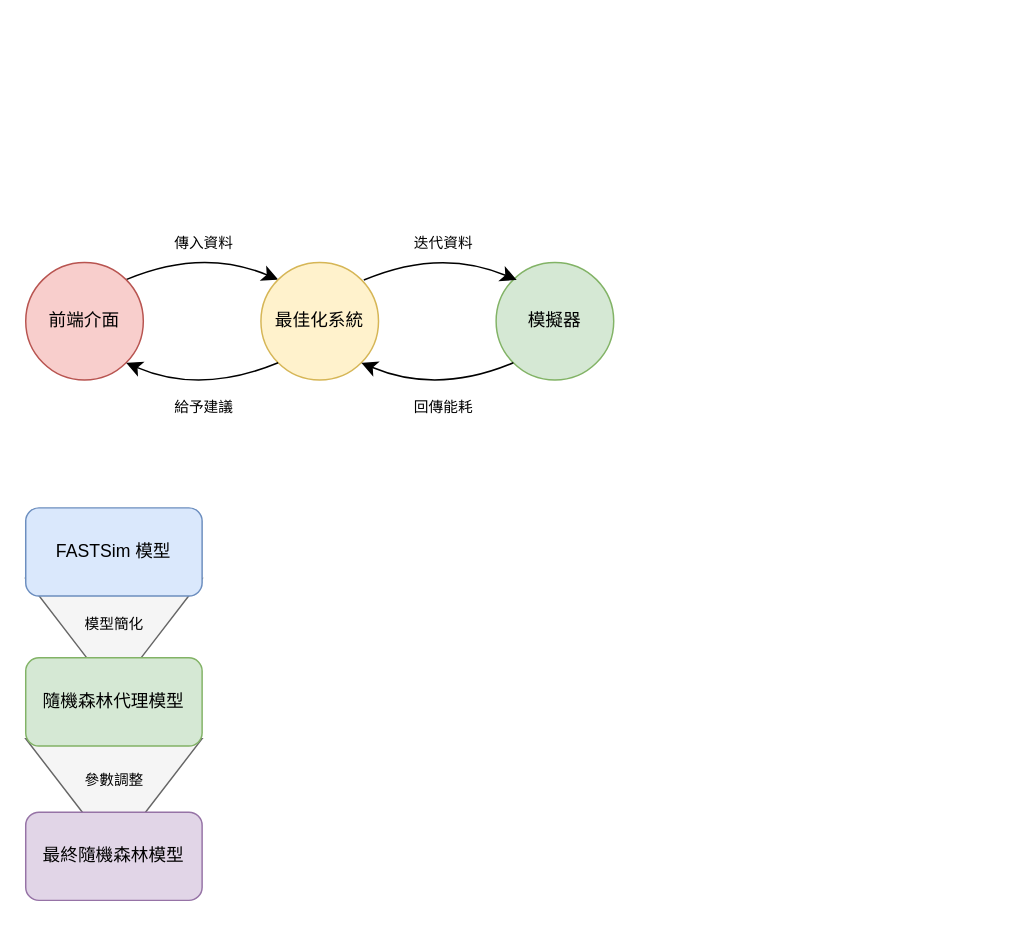
The draw.io diagram page "系統架構" (5 of 6) of 優化器模擬器互動.drawio in lai20021015/Automobile-energy-consumption-detector, before the edit. Source tidied: cells renumbered, new cells numbered last; positions are measured from the earlier drawing's top-left corner, leaving out a move shared by most shapes. Both pictures are drawn from the tidied source at 147%, with x=0, y=0 at pixel (25, 216).
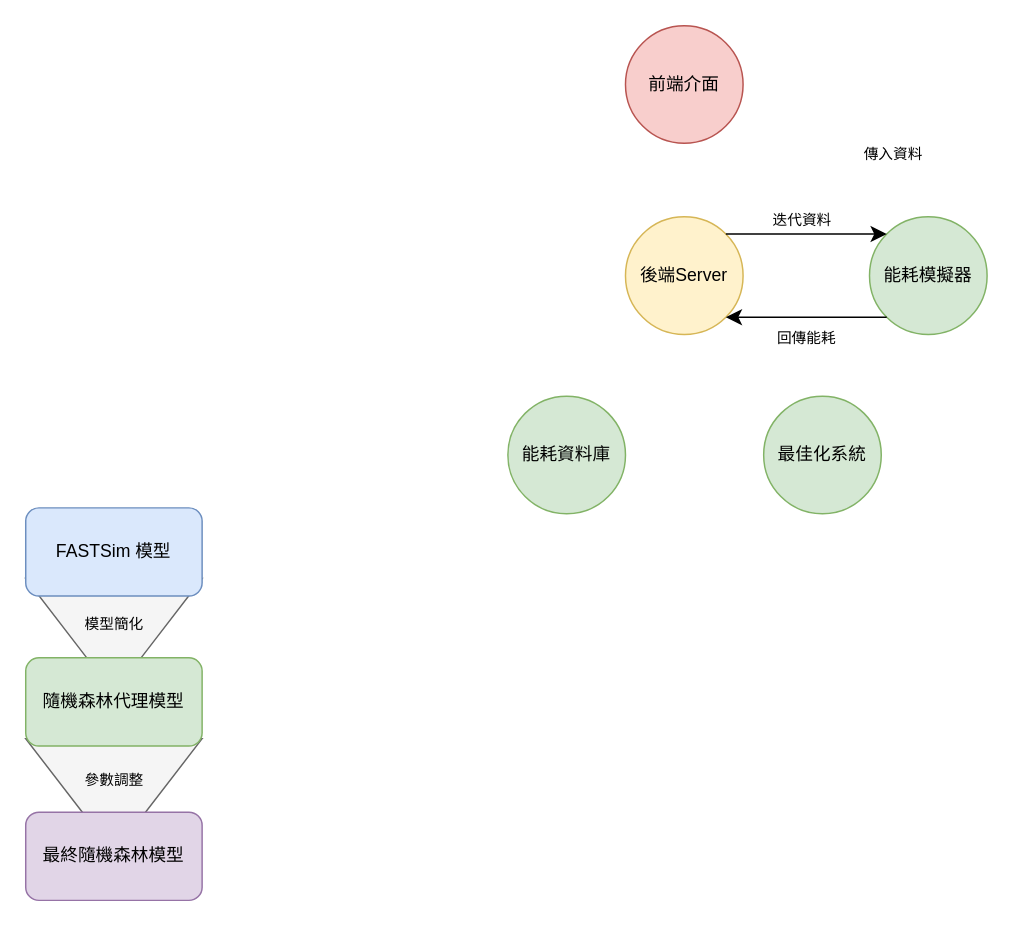
The same diagram, later.

The edit, as a diff of the source:
```diff
@@
-    <mxCell id="3" style="edgeStyle=none;curved=1;rounded=0;jettySize=auto;html=1;entryX=0;entryY=0;entryDx=0;entryDy=0;fontSize=12;startSize=8;endSize=8;exitX=1;exitY=0;exitDx=0;exitDy=0;" parent="1" edge="1" source="4" target="5">
-      <mxGeometry relative="1" as="geometry">
-        <Array as="points">
-          <mxPoint x="120" y="21" />
-        </Array>
-      </mxGeometry>
-    </mxCell>
     <mxCell id="4" value="&lt;font&gt;前端介面&lt;/font&gt;" style="ellipse;whiteSpace=wrap;html=1;fontFamily=微軟正黑體;fillColor=#f8cecc;strokeColor=#b85450;" parent="1" vertex="1">
-      <mxGeometry y="31" width="80" height="80" as="geometry" />
+      <mxGeometry x="408" y="-130" width="80" height="80" as="geometry" />
     </mxCell>
-    <mxCell id="5" value="&lt;font&gt;最佳化系統&lt;/font&gt;" style="ellipse;whiteSpace=wrap;html=1;fontFamily=微軟正黑體;fillColor=#fff2cc;strokeColor=#d6b656;" parent="1" vertex="1">
-      <mxGeometry x="160" y="31" width="80" height="80" as="geometry" />
+    <mxCell id="5" value="&lt;font&gt;後端Server&lt;/font&gt;" style="ellipse;whiteSpace=wrap;html=1;fontFamily=微軟正黑體;fillColor=#fff2cc;strokeColor=#d6b656;" parent="1" vertex="1">
+      <mxGeometry x="408" width="80" height="80" as="geometry" />
     </mxCell>
-    <mxCell id="6" value="模擬器" style="ellipse;whiteSpace=wrap;html=1;fontFamily=微軟正黑體;fillColor=#d5e8d4;strokeColor=#82b366;" parent="1" vertex="1">
-      <mxGeometry x="320" y="31" width="80" height="80" as="geometry" />
+    <mxCell id="6" value="能耗模擬器" style="ellipse;whiteSpace=wrap;html=1;fontFamily=微軟正黑體;fillColor=#d5e8d4;strokeColor=#82b366;" parent="1" vertex="1">
+      <mxGeometry x="574" width="80" height="80" as="geometry" />
     </mxCell>
-    <mxCell id="7" style="edgeStyle=none;curved=1;rounded=0;orthogonalLoop=1;jettySize=auto;html=1;entryX=0;entryY=0;entryDx=0;entryDy=0;fontSize=12;startSize=8;endSize=8;exitX=1;exitY=0;exitDx=0;exitDy=0;" parent="1" edge="1">
-      <mxGeometry relative="1" as="geometry">
-        <mxPoint x="230" y="43" as="sourcePoint" />
-        <mxPoint x="334" y="43" as="targetPoint" />
-        <Array as="points">
-          <mxPoint x="282" y="21" />
-        </Array>
-      </mxGeometry>
+    <mxCell id="7" style="edgeStyle=none;curved=1;rounded=0;jettySize=auto;html=1;entryX=0;entryY=0;entryDx=0;entryDy=0;fontSize=12;startSize=8;endSize=8;exitX=1;exitY=0;exitDx=0;exitDy=0;" parent="1" edge="1" source="5" target="6">
+      <mxGeometry relative="1" as="geometry" />
     </mxCell>
-    <mxCell id="8" style="edgeStyle=none;curved=1;rounded=0;jettySize=auto;html=1;entryX=0;entryY=1;entryDx=0;entryDy=0;fontSize=12;startSize=8;endSize=8;exitX=1;exitY=1;exitDx=0;exitDy=0;startArrow=classic;startFill=1;endArrow=none;" parent="1" edge="1" source="4" target="5">
-      <mxGeometry relative="1" as="geometry">
-        <Array as="points">
-          <mxPoint x="119" y="121" />
-        </Array>
-      </mxGeometry>
-    </mxCell>
     <mxCell id="9" style="edgeStyle=none;curved=1;rounded=0;jettySize=auto;html=1;entryX=0;entryY=1;entryDx=0;entryDy=0;fontSize=12;startSize=8;endSize=8;exitX=1;exitY=1;exitDx=0;exitDy=0;startArrow=classic;startFill=1;endArrow=none;" parent="1" edge="1" source="5" target="6">
-      <mxGeometry relative="1" as="geometry">
-        <Array as="points">
-          <mxPoint x="280" y="121" />
-        </Array>
-      </mxGeometry>
+      <mxGeometry relative="1" as="geometry" />
     </mxCell>
     <mxCell id="10" value="&lt;font style=&quot;font-size: 10px;&quot;&gt;傳入資料&lt;/font&gt;" style="text;html=1;align=center;verticalAlign=middle;strokeColor=none;fillColor=none;fontSize=16;" parent="1" vertex="1">
-      <mxGeometry x="92" width="58" height="31" as="geometry" />
+      <mxGeometry x="561" y="-61" width="58" height="31" as="geometry" />
     </mxCell>
     <mxCell id="11" value="&lt;span style=&quot;font-size: 10px;&quot;&gt;迭代資料&lt;/span&gt;" style="text;html=1;align=center;verticalAlign=middle;strokeColor=none;fillColor=none;fontSize=16;" parent="1" vertex="1">
-      <mxGeometry x="255" width="58" height="31" as="geometry" />
+      <mxGeometry x="499" y="-16" width="58" height="31" as="geometry" />
     </mxCell>
     <mxCell id="12" value="&lt;span style=&quot;font-size: 10px;&quot;&gt;回傳能耗&lt;/span&gt;" style="text;html=1;align=center;verticalAlign=middle;strokeColor=none;fillColor=none;fontSize=16;" parent="1" vertex="1">
-      <mxGeometry x="255" y="111" width="58" height="31" as="geometry" />
+      <mxGeometry x="502" y="64" width="58" height="31" as="geometry" />
     </mxCell>
-    <mxCell id="13" value="&lt;span style=&quot;font-size: 10px;&quot;&gt;給予建議&lt;/span&gt;" style="text;html=1;align=center;verticalAlign=middle;strokeColor=none;fillColor=none;fontSize=16;" parent="1" vertex="1">
-      <mxGeometry x="92" y="111" width="58" height="31" as="geometry" />
-    </mxCell>
@@
+    <mxCell id="20" value="能耗資料庫" style="ellipse;whiteSpace=wrap;html=1;fontFamily=微軟正黑體;fillColor=#d5e8d4;strokeColor=#82b366;" parent="1" vertex="1">
+      <mxGeometry x="328" y="122" width="80" height="80" as="geometry" />
+    </mxCell>
+    <mxCell id="21" value="最佳化系統" style="ellipse;whiteSpace=wrap;html=1;fontFamily=微軟正黑體;fillColor=#d5e8d4;strokeColor=#82b366;" parent="1" vertex="1">
+      <mxGeometry x="502" y="122" width="80" height="80" as="geometry" />
+    </mxCell>
```
